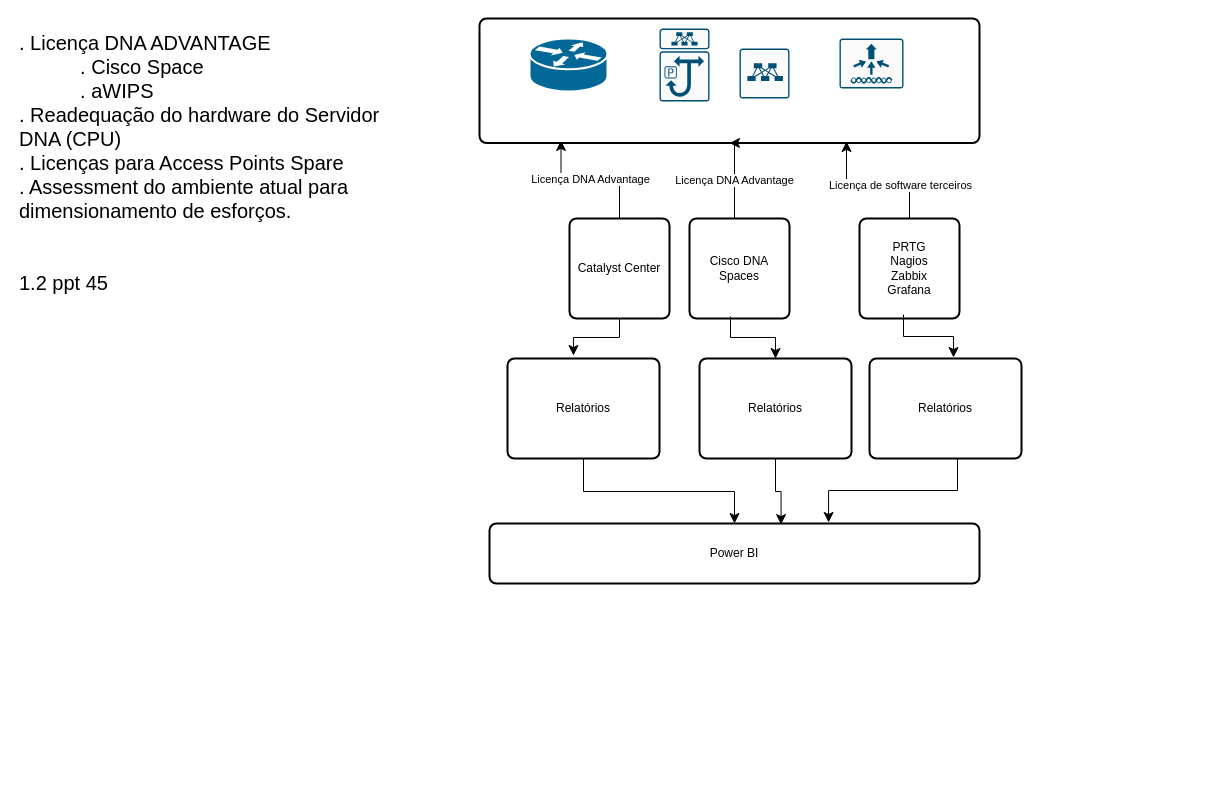
Earlier version of the draw.io diagram page "we-su" (12 of 12) of cisco-mcd-customer-x-v1.drawio (vagner-instructor/topologies). Source tidied: cells renumbered, new cells numbered last; positions are measured from the earlier drawing's top-left corner, leaving out a move shared by most shapes. Both pictures are drawn from the tidied source at 100%, with x=0, y=0 at pixel (17, 18).
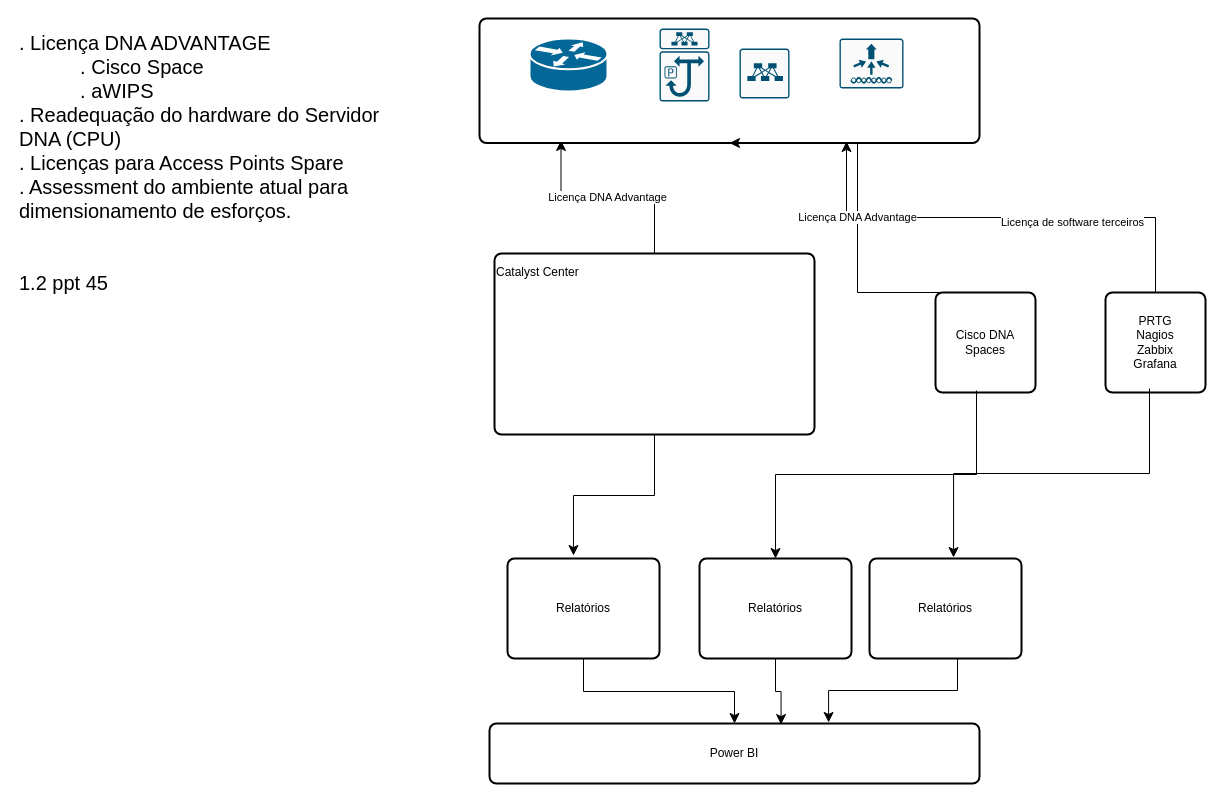
The same diagram, later.

What changed in the source:
```diff
@@
-    <mxCell id="2" value="Catalyst Center" style="rounded=1;whiteSpace=wrap;html=1;absoluteArcSize=1;arcSize=14;strokeWidth=2;" parent="1" vertex="1">
-      <mxGeometry x="552" y="200" width="100" height="100" as="geometry" />
+    <mxCell id="2" value="&lt;div&gt;&lt;br&gt;&lt;/div&gt;Catalyst Center&lt;div&gt;&lt;span style=&quot;color: rgba(0, 0, 0, 0); font-family: monospace; font-size: 0px; text-wrap: nowrap;&quot;&gt;&lt;br&gt;&lt;/span&gt;&lt;/div&gt;&lt;div&gt;&lt;span style=&quot;color: rgba(0, 0, 0, 0); font-family: monospace; font-size: 0px; text-wrap: nowrap;&quot;&gt;&lt;br&gt;&lt;/span&gt;&lt;/div&gt;&lt;div&gt;&lt;span style=&quot;color: rgba(0, 0, 0, 0); font-family: monospace; font-size: 0px; text-wrap: nowrap;&quot;&gt;&lt;br&gt;&lt;/span&gt;&lt;/div&gt;&lt;div&gt;&lt;span style=&quot;color: rgba(0, 0, 0, 0); font-family: monospace; font-size: 0px; text-wrap: nowrap;&quot;&gt;&lt;br&gt;&lt;/span&gt;&lt;/div&gt;&lt;div&gt;&lt;span style=&quot;color: rgba(0, 0, 0, 0); font-family: monospace; font-size: 0px; text-wrap: nowrap;&quot;&gt;&lt;br&gt;&lt;/span&gt;&lt;/div&gt;&lt;div&gt;&lt;span style=&quot;color: rgba(0, 0, 0, 0); font-family: monospace; font-size: 0px; text-wrap: nowrap;&quot;&gt;&lt;br&gt;&lt;/span&gt;&lt;/div&gt;&lt;div&gt;&lt;span style=&quot;color: rgba(0, 0, 0, 0); font-family: monospace; font-size: 0px; text-wrap: nowrap;&quot;&gt;&lt;br&gt;&lt;/span&gt;&lt;/div&gt;&lt;div&gt;&lt;span style=&quot;color: rgba(0, 0, 0, 0); font-family: monospace; font-size: 0px; text-wrap: nowrap;&quot;&gt;&lt;br&gt;&lt;/span&gt;&lt;/div&gt;&lt;div&gt;&lt;span style=&quot;color: rgba(0, 0, 0, 0); font-family: monospace; font-size: 0px; text-wrap: nowrap;&quot;&gt;&lt;br&gt;&lt;/span&gt;&lt;/div&gt;&lt;div&gt;&lt;span style=&quot;color: rgba(0, 0, 0, 0); font-family: monospace; font-size: 0px; text-wrap: nowrap;&quot;&gt;&lt;br&gt;&lt;/span&gt;&lt;/div&gt;&lt;div&gt;&lt;span style=&quot;color: rgba(0, 0, 0, 0); font-family: monospace; font-size: 0px; text-wrap: nowrap;&quot;&gt;&lt;br&gt;&lt;/span&gt;&lt;/div&gt;" style="rounded=1;whiteSpace=wrap;html=1;absoluteArcSize=1;arcSize=14;strokeWidth=2;align=left;" parent="1" vertex="1">
+      <mxGeometry x="477" y="235" width="320" height="181" as="geometry" />
     </mxCell>
     <mxCell id="3" value="PRTG&lt;div&gt;Nagios&lt;/div&gt;&lt;div&gt;Zabbix&lt;/div&gt;&lt;div&gt;Grafana&lt;/div&gt;" style="rounded=1;whiteSpace=wrap;html=1;absoluteArcSize=1;arcSize=14;strokeWidth=2;" parent="1" vertex="1">
-      <mxGeometry x="842" y="200" width="100" height="100" as="geometry" />
+      <mxGeometry x="1088" y="274" width="100" height="100" as="geometry" />
     </mxCell>
@@
     <mxCell id="7" value="Relatórios" style="rounded=1;whiteSpace=wrap;html=1;absoluteArcSize=1;arcSize=14;strokeWidth=2;" parent="1" vertex="1">
-      <mxGeometry x="490" y="340" width="152" height="100" as="geometry" />
+      <mxGeometry x="490" y="540" width="152" height="100" as="geometry" />
     </mxCell>
@@
     <mxCell id="9" value="Power BI" style="rounded=1;whiteSpace=wrap;html=1;absoluteArcSize=1;arcSize=14;strokeWidth=2;" parent="1" vertex="1">
-      <mxGeometry x="472" y="505" width="490" height="60" as="geometry" />
+      <mxGeometry x="472" y="705" width="490" height="60" as="geometry" />
     </mxCell>
     <mxCell id="10" value="Cisco DNA Spaces" style="rounded=1;whiteSpace=wrap;html=1;absoluteArcSize=1;arcSize=14;strokeWidth=2;" parent="1" vertex="1">
-      <mxGeometry x="672" y="200" width="100" height="100" as="geometry" />
+      <mxGeometry x="918" y="274" width="100" height="100" as="geometry" />
     </mxCell>
     <mxCell id="11" value="Relatórios" style="rounded=1;whiteSpace=wrap;html=1;absoluteArcSize=1;arcSize=14;strokeWidth=2;" parent="1" vertex="1">
-      <mxGeometry x="682" y="340" width="152" height="100" as="geometry" />
+      <mxGeometry x="682" y="540" width="152" height="100" as="geometry" />
     </mxCell>
@@
     <mxCell id="19" value="Relatórios" style="rounded=1;whiteSpace=wrap;html=1;absoluteArcSize=1;arcSize=14;strokeWidth=2;" parent="1" vertex="1">
-      <mxGeometry x="852" y="340" width="152" height="100" as="geometry" />
+      <mxGeometry x="852" y="540" width="152" height="100" as="geometry" />
     </mxCell>
```
